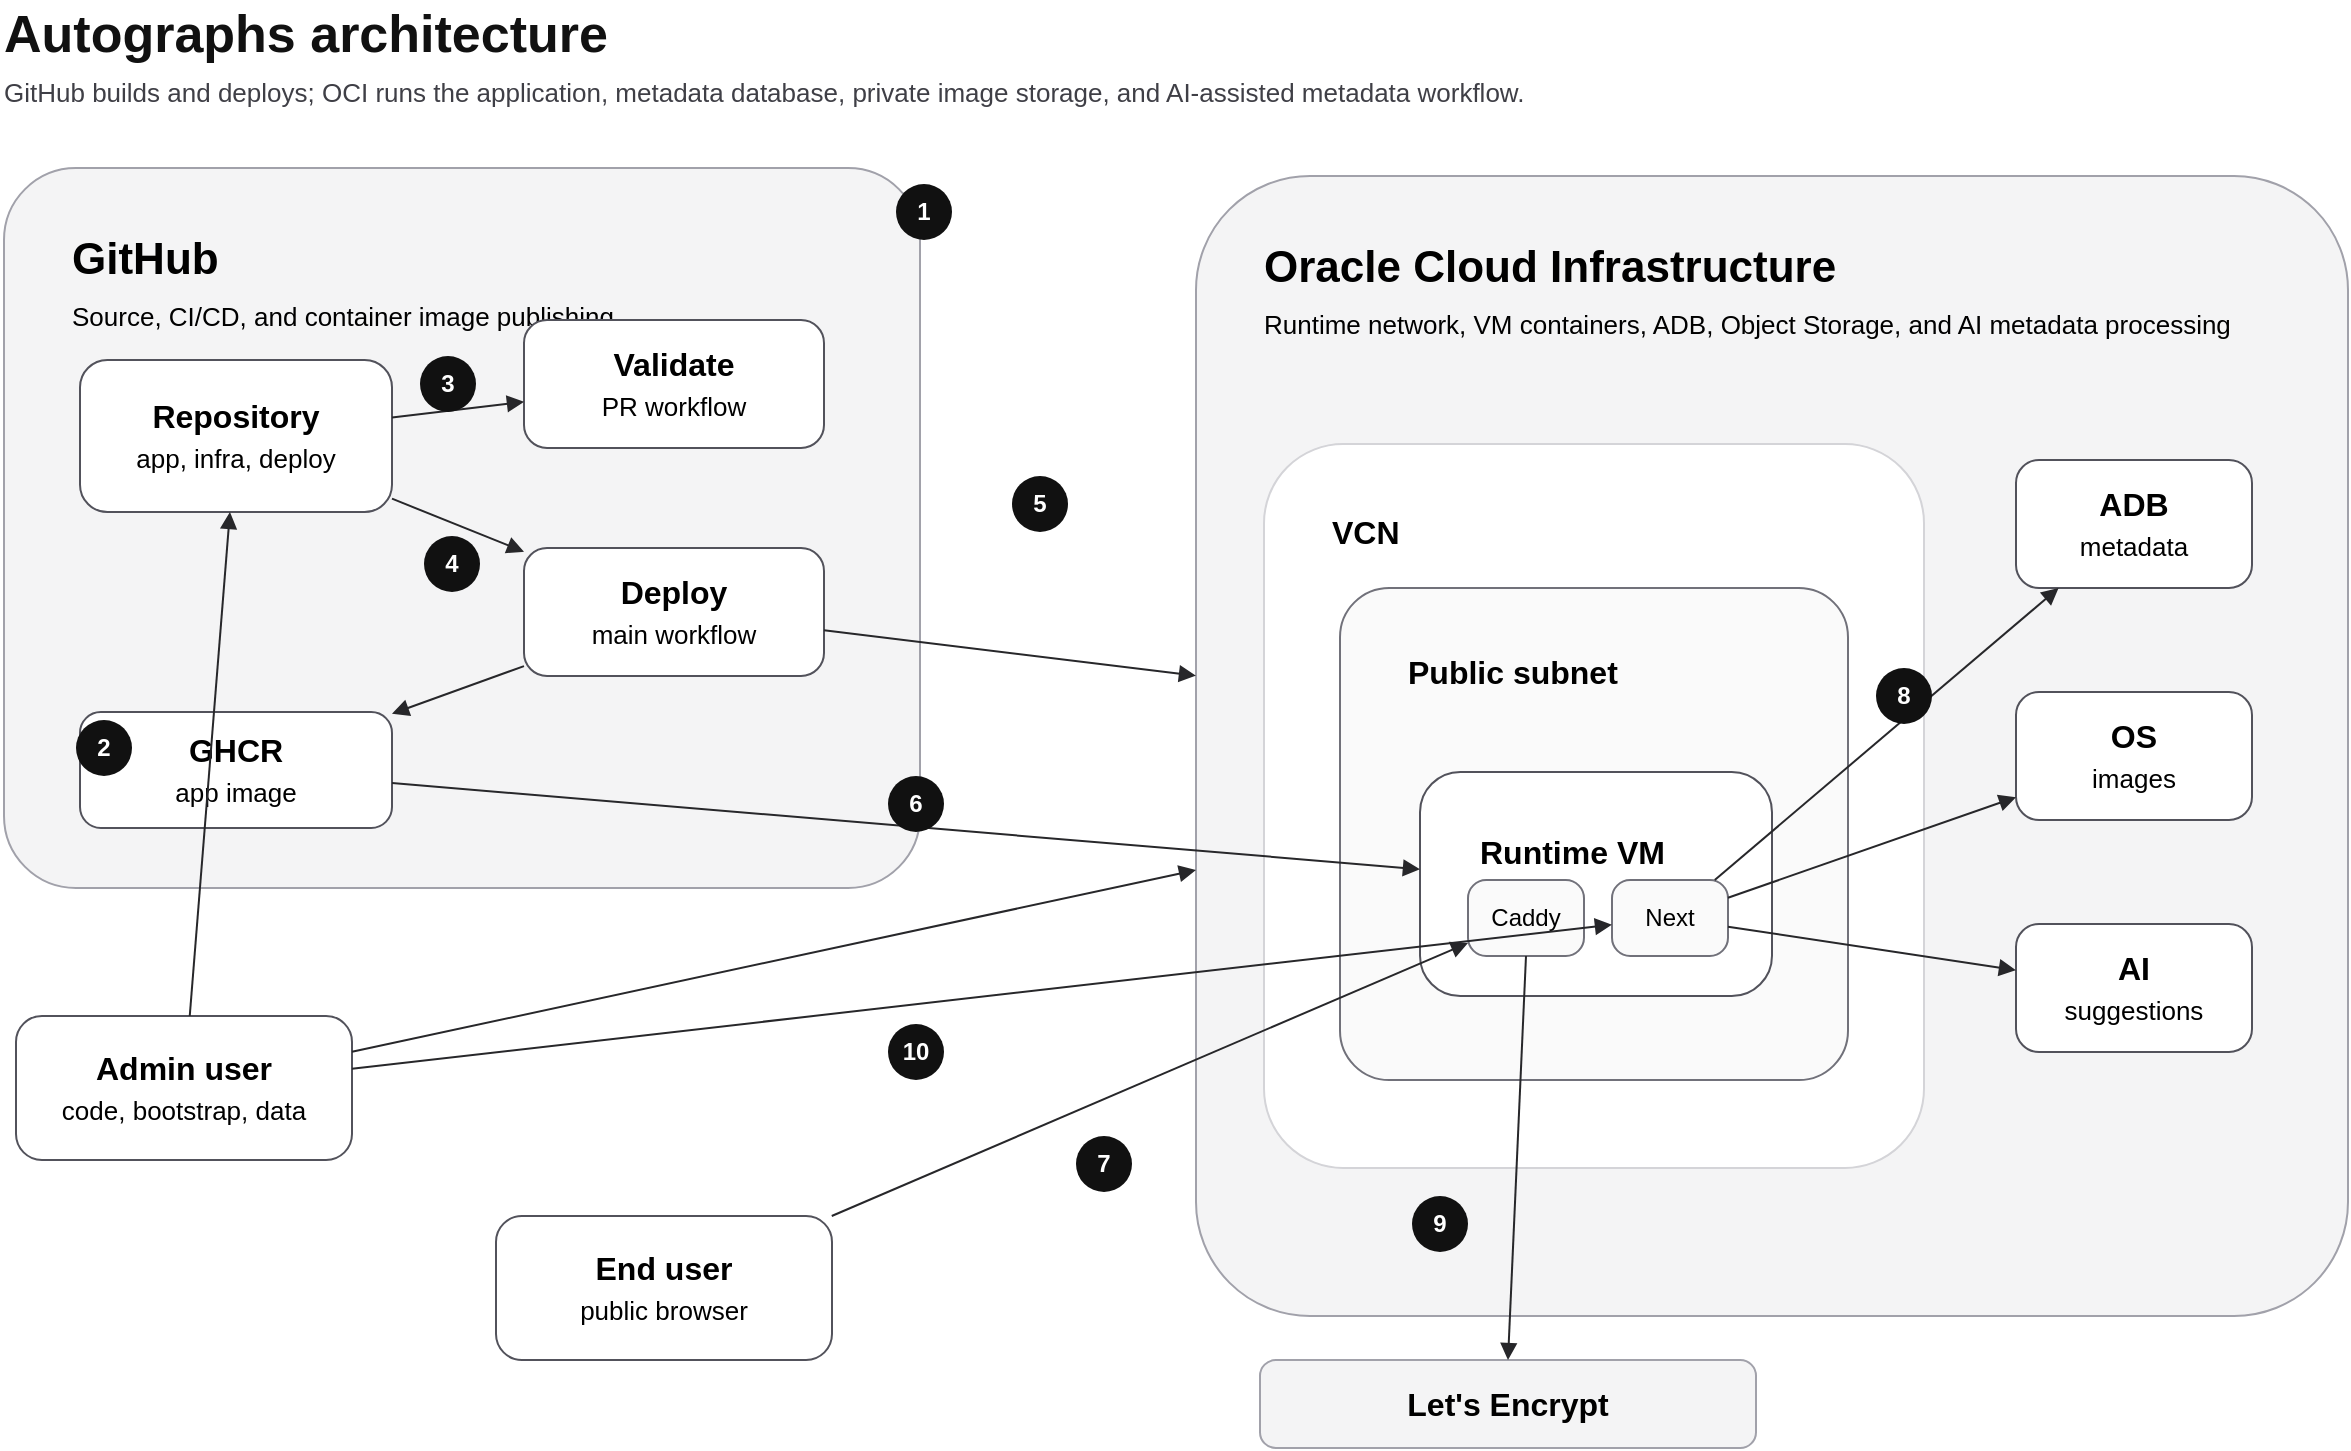
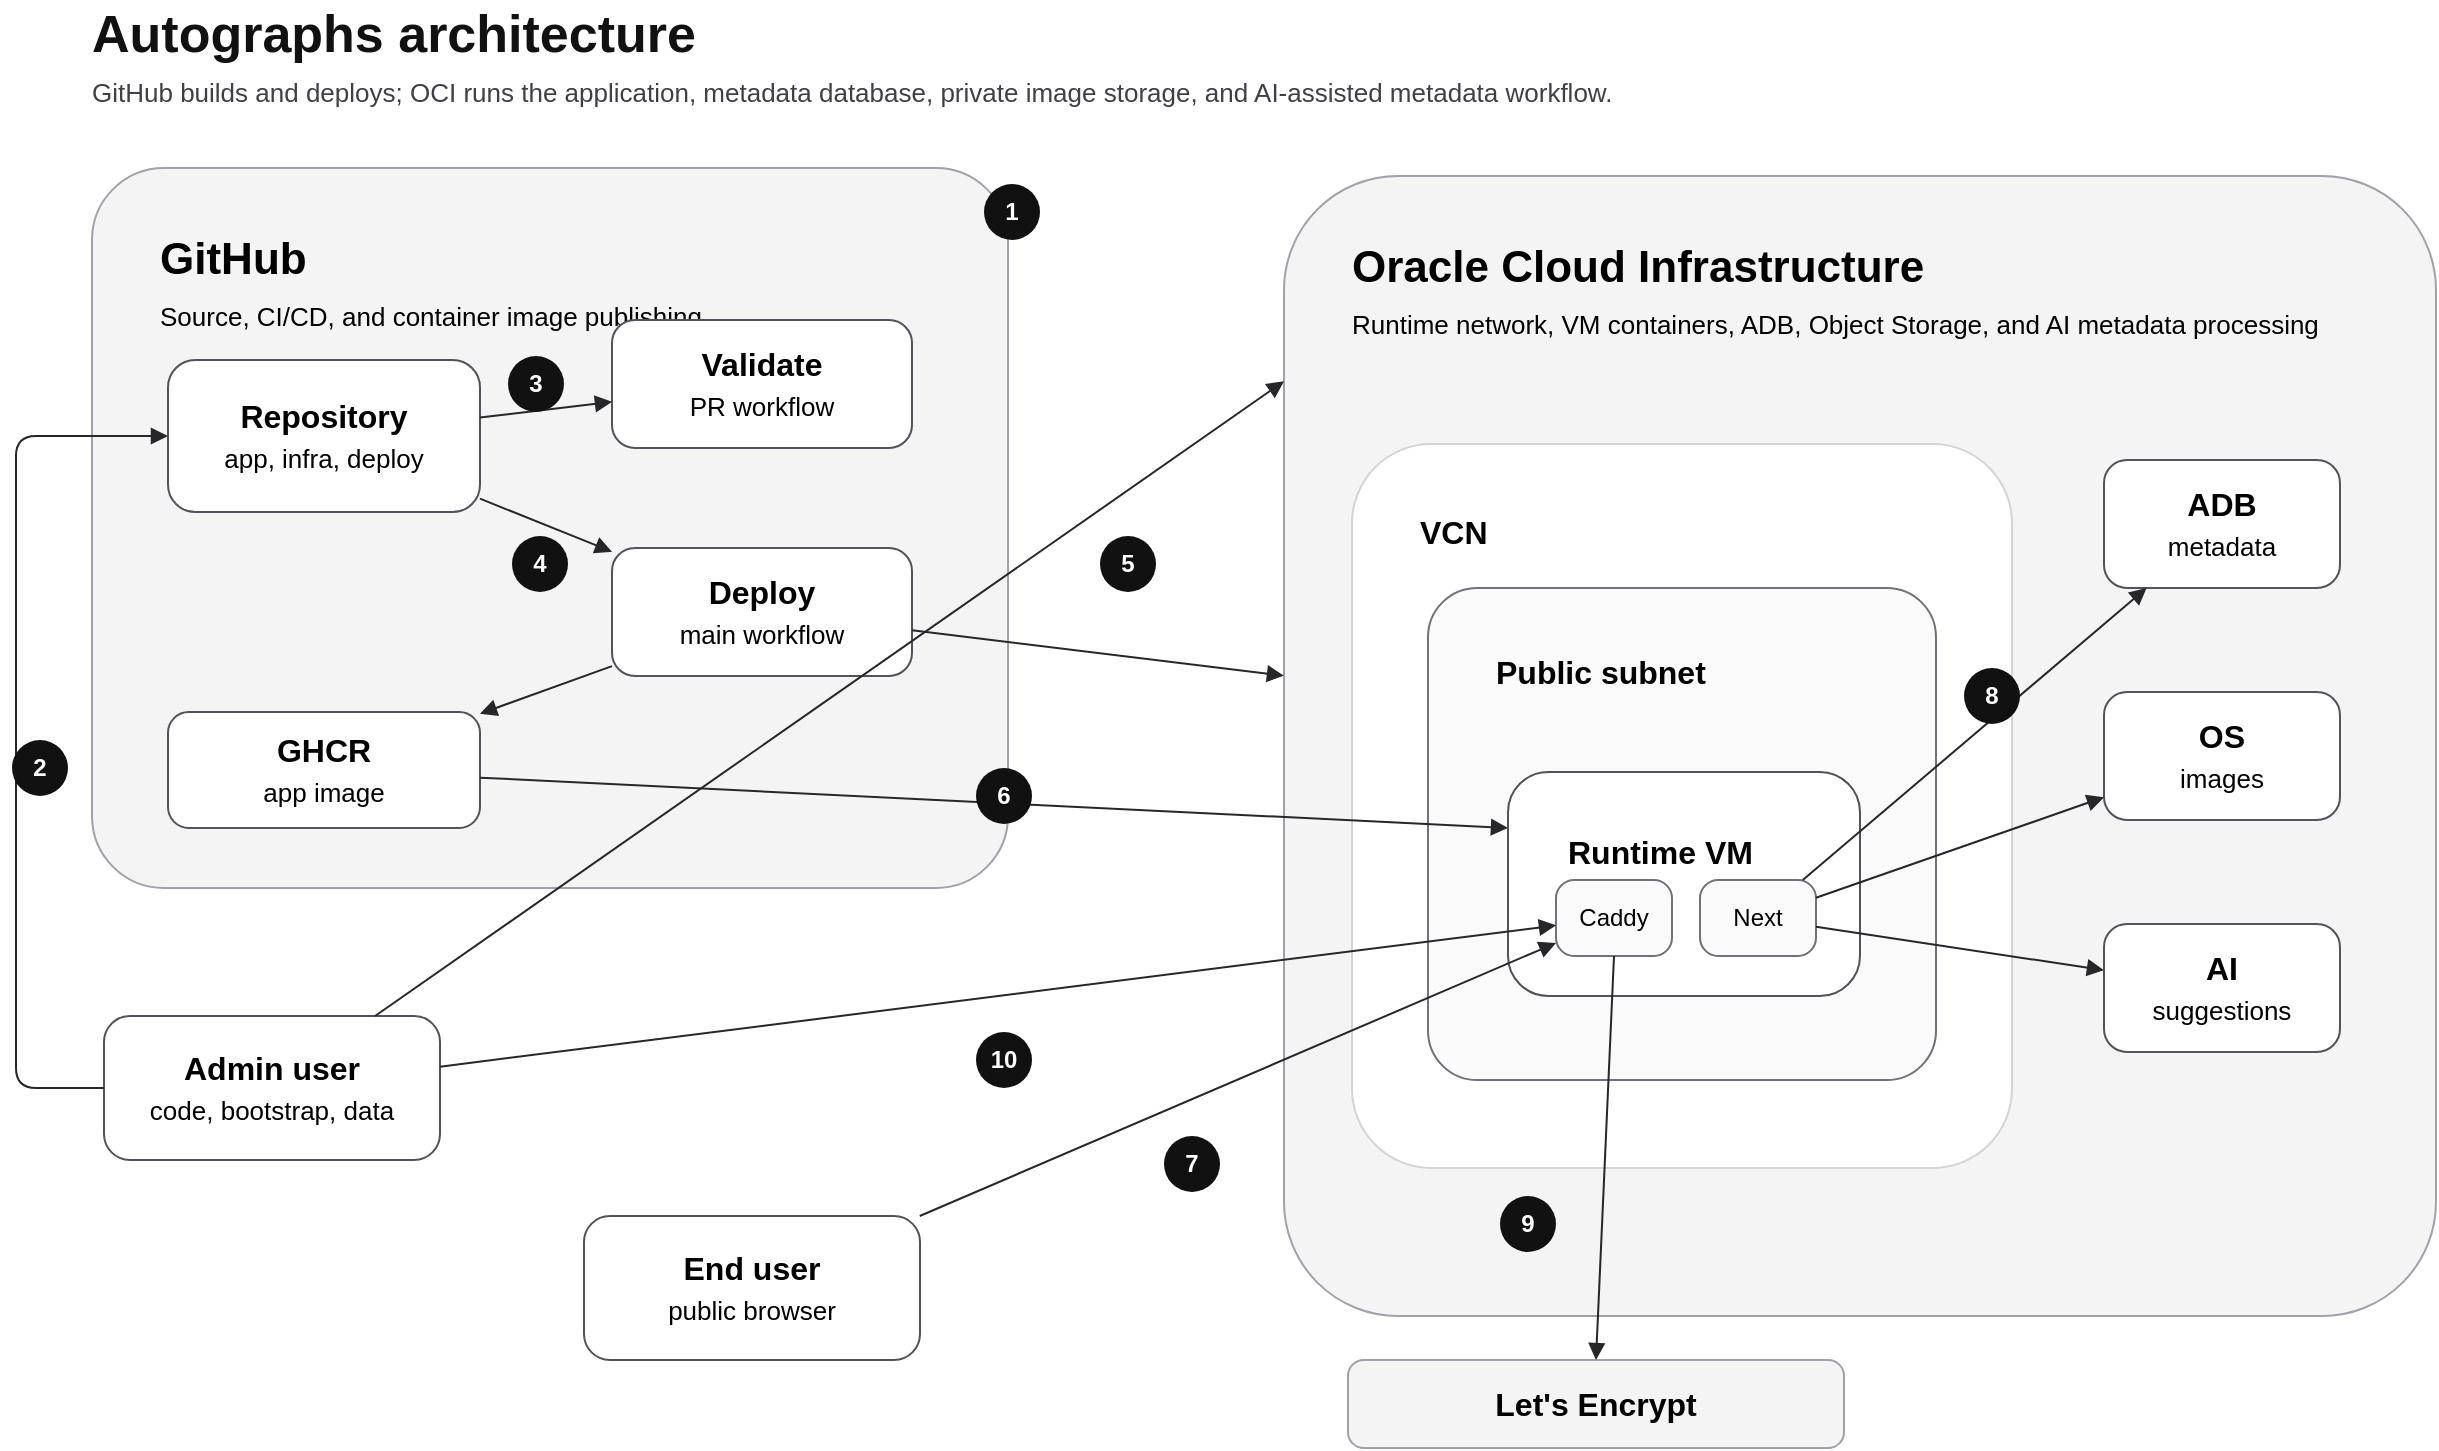
<mxfile host="app.diagrams.net" modified="2026-05-14T00:00:00.000Z" agent="Codex" version="24.7.17" type="device">
  <diagram id="autographs-simplified-architecture" name="Autographs Architecture">
    <mxGraphModel dx="1280" dy="760" grid="1" gridSize="10" guides="1" tooltips="1" connect="1" arrows="1" fold="1" page="1" pageScale="1" pageWidth="1280" pageHeight="760" math="0" shadow="0">
      <root>
        <mxCell id="0" />
        <mxCell id="1" parent="0" />
        <mxCell id="title" value="Autographs architecture" style="text;html=1;strokeColor=none;fillColor=none;fontSize=26;fontStyle=1;fontColor=#111111;align=left;verticalAlign=middle;" vertex="1" parent="1"><mxGeometry x="52" y="28" width="360" height="34" as="geometry" /></mxCell>
        <mxCell id="subtitle" value="GitHub builds and deploys; OCI runs the application, metadata database, private image storage, and AI-assisted metadata workflow." style="text;html=1;strokeColor=none;fillColor=none;fontSize=13;fontColor=#3f3f46;align=left;verticalAlign=middle;" vertex="1" parent="1"><mxGeometry x="52" y="62" width="790" height="24" as="geometry" /></mxCell>
        <mxCell id="github-zone" value="GitHub&lt;br&gt;&lt;font style=&quot;font-size: 13px; font-weight: 400;&quot;&gt;Source, CI/CD, and container image publishing&lt;/font&gt;" style="rounded=1;whiteSpace=wrap;html=1;fillColor=#f4f4f5;strokeColor=#a1a1aa;fontStyle=1;fontSize=22;align=left;verticalAlign=top;spacingLeft=32;spacingTop=26;arcSize=10;" vertex="1" parent="1"><mxGeometry x="54" y="112" width="458" height="360" as="geometry" /></mxCell>
        <mxCell id="repo" value="&lt;b&gt;Repository&lt;/b&gt;&lt;br&gt;&lt;font style=&quot;font-size: 13px;&quot;&gt;app, infra, deploy&lt;/font&gt;" style="rounded=1;whiteSpace=wrap;html=1;fillColor=#ffffff;strokeColor=#52525b;arcSize=18;fontSize=16;" vertex="1" parent="1"><mxGeometry x="92" y="208" width="156" height="76" as="geometry" /></mxCell>
        <mxCell id="validate" value="&lt;b&gt;Validate&lt;/b&gt;&lt;br&gt;&lt;font style=&quot;font-size: 13px;&quot;&gt;PR workflow&lt;/font&gt;" style="rounded=1;whiteSpace=wrap;html=1;fillColor=#ffffff;strokeColor=#52525b;arcSize=18;fontSize=16;" vertex="1" parent="1"><mxGeometry x="314" y="188" width="150" height="64" as="geometry" /></mxCell>
        <mxCell id="deploy" value="&lt;b&gt;Deploy&lt;/b&gt;&lt;br&gt;&lt;font style=&quot;font-size: 13px;&quot;&gt;main workflow&lt;/font&gt;" style="rounded=1;whiteSpace=wrap;html=1;fillColor=#ffffff;strokeColor=#52525b;arcSize=18;fontSize=16;" vertex="1" parent="1"><mxGeometry x="314" y="302" width="150" height="64" as="geometry" /></mxCell>
        <mxCell id="ghcr" value="&lt;b&gt;GHCR&lt;/b&gt;&lt;br&gt;&lt;font style=&quot;font-size: 13px;&quot;&gt;app image&lt;/font&gt;" style="rounded=1;whiteSpace=wrap;html=1;fillColor=#ffffff;strokeColor=#52525b;arcSize=18;fontSize=16;" vertex="1" parent="1"><mxGeometry x="92" y="384" width="156" height="58" as="geometry" /></mxCell>
        <mxCell id="admin" value="&lt;b&gt;Admin user&lt;/b&gt;&lt;br&gt;&lt;font style=&quot;font-size: 13px;&quot;&gt;code, bootstrap, data&lt;/font&gt;" style="rounded=1;whiteSpace=wrap;html=1;fillColor=#ffffff;strokeColor=#52525b;arcSize=18;fontSize=16;" vertex="1" parent="1"><mxGeometry x="60" y="536" width="168" height="72" as="geometry" /></mxCell>
        <mxCell id="end-user" value="&lt;b&gt;End user&lt;/b&gt;&lt;br&gt;&lt;font style=&quot;font-size: 13px;&quot;&gt;public browser&lt;/font&gt;" style="rounded=1;whiteSpace=wrap;html=1;fillColor=#ffffff;strokeColor=#52525b;arcSize=18;fontSize=16;" vertex="1" parent="1"><mxGeometry x="300" y="636" width="168" height="72" as="geometry" /></mxCell>
        <mxCell id="oci-zone" value="Oracle Cloud Infrastructure&lt;br&gt;&lt;font style=&quot;font-size: 13px; font-weight: 400;&quot;&gt;Runtime network, VM containers, ADB, Object Storage, and AI metadata processing&lt;/font&gt;" style="rounded=1;whiteSpace=wrap;html=1;fillColor=#f4f4f5;strokeColor=#a1a1aa;fontStyle=1;fontSize=22;align=left;verticalAlign=top;spacingLeft=32;spacingTop=26;arcSize=10;" vertex="1" parent="1"><mxGeometry x="650" y="116" width="576" height="570" as="geometry" /></mxCell>
        <mxCell id="vcn" value="&lt;b&gt;VCN&lt;/b&gt;" style="rounded=1;whiteSpace=wrap;html=1;fillColor=#ffffff;strokeColor=#d4d4d8;arcSize=12;fontSize=16;align=left;verticalAlign=top;spacingLeft=32;spacingTop=28;" vertex="1" parent="1"><mxGeometry x="684" y="250" width="330" height="362" as="geometry" /></mxCell>
        <mxCell id="subnet" value="&lt;b&gt;Public subnet&lt;/b&gt;" style="rounded=1;whiteSpace=wrap;html=1;fillColor=#fafafa;strokeColor=#71717a;arcSize=10;fontSize=16;align=left;verticalAlign=top;spacingLeft=32;spacingTop=26;" vertex="1" parent="1"><mxGeometry x="722" y="322" width="254" height="246" as="geometry" /></mxCell>
        <mxCell id="vm" value="&lt;b&gt;Runtime VM&lt;/b&gt;" style="rounded=1;whiteSpace=wrap;html=1;fillColor=#ffffff;strokeColor=#52525b;arcSize=18;fontSize=16;align=left;verticalAlign=top;spacingLeft=28;spacingTop=24;" vertex="1" parent="1"><mxGeometry x="762" y="414" width="176" height="112" as="geometry" /></mxCell>
        <mxCell id="caddy" value="Caddy" style="rounded=1;whiteSpace=wrap;html=1;fillColor=#fafafa;strokeColor=#71717a;arcSize=24;fontSize=12;" vertex="1" parent="1"><mxGeometry x="786" y="468" width="58" height="38" as="geometry" /></mxCell>
        <mxCell id="next" value="Next" style="rounded=1;whiteSpace=wrap;html=1;fillColor=#fafafa;strokeColor=#71717a;arcSize=24;fontSize=12;" vertex="1" parent="1"><mxGeometry x="858" y="468" width="58" height="38" as="geometry" /></mxCell>
        <mxCell id="adb" value="&lt;b&gt;ADB&lt;/b&gt;&lt;br&gt;&lt;font style=&quot;font-size: 13px;&quot;&gt;metadata&lt;/font&gt;" style="rounded=1;whiteSpace=wrap;html=1;fillColor=#ffffff;strokeColor=#52525b;arcSize=18;fontSize=16;" vertex="1" parent="1"><mxGeometry x="1060" y="258" width="118" height="64" as="geometry" /></mxCell>
        <mxCell id="object-storage" value="&lt;b&gt;OS&lt;/b&gt;&lt;br&gt;&lt;font style=&quot;font-size: 13px;&quot;&gt;images&lt;/font&gt;" style="rounded=1;whiteSpace=wrap;html=1;fillColor=#ffffff;strokeColor=#52525b;arcSize=18;fontSize=16;" vertex="1" parent="1"><mxGeometry x="1060" y="374" width="118" height="64" as="geometry" /></mxCell>
        <mxCell id="ai-processing" value="&lt;b&gt;AI&lt;/b&gt;&lt;br&gt;&lt;font style=&quot;font-size: 13px;&quot;&gt;suggestions&lt;/font&gt;" style="rounded=1;whiteSpace=wrap;html=1;fillColor=#ffffff;strokeColor=#52525b;arcSize=18;fontSize=16;" vertex="1" parent="1"><mxGeometry x="1060" y="490" width="118" height="64" as="geometry" /></mxCell>
        <mxCell id="lets-encrypt" value="&lt;b&gt;Let&apos;s Encrypt&lt;/b&gt;" style="rounded=1;whiteSpace=wrap;html=1;fillColor=#f4f4f5;strokeColor=#a1a1aa;arcSize=18;fontSize=16;" vertex="1" parent="1"><mxGeometry x="682" y="708" width="248" height="44" as="geometry" /></mxCell>
-         <mxCell id="e-admin-repo" edge="1" parent="1" source="admin" target="repo" style="endArrow=block;html=1;rounded=1;strokeColor=#27272a;strokeWidth=1;"><mxGeometry relative="1" as="geometry" /></mxCell>
+         <mxCell id="e-admin-repo" edge="1" parent="1" source="admin" target="repo" style="endArrow=block;html=1;rounded=1;strokeColor=#27272a;strokeWidth=1;exitX=0;exitY=0.5;entryX=0;entryY=0.5;"><mxGeometry relative="1" as="geometry"><Array as="points"><mxPoint x="16" y="572" /><mxPoint x="16" y="246" /></Array></mxGeometry></mxCell>
        <mxCell id="e-repo-validate" edge="1" parent="1" source="repo" target="validate" style="endArrow=block;html=1;rounded=1;strokeColor=#27272a;strokeWidth=1;"><mxGeometry relative="1" as="geometry" /></mxCell>
        <mxCell id="e-repo-deploy" edge="1" parent="1" source="repo" target="deploy" style="endArrow=block;html=1;rounded=1;strokeColor=#27272a;strokeWidth=1;"><mxGeometry relative="1" as="geometry" /></mxCell>
        <mxCell id="e-deploy-ghcr" edge="1" parent="1" source="deploy" target="ghcr" style="endArrow=block;html=1;rounded=1;strokeColor=#27272a;strokeWidth=1;"><mxGeometry relative="1" as="geometry" /></mxCell>
        <mxCell id="e-deploy-oci" edge="1" parent="1" source="deploy" target="oci-zone" style="endArrow=block;html=1;rounded=1;strokeColor=#27272a;strokeWidth=1;"><mxGeometry relative="1" as="geometry" /></mxCell>
-         <mxCell id="e-ghcr-vm" edge="1" parent="1" source="ghcr" target="vm" style="endArrow=block;html=1;rounded=1;strokeColor=#27272a;strokeWidth=1;"><mxGeometry relative="1" as="geometry" /></mxCell>
-         <mxCell id="e-admin-oci" edge="1" parent="1" source="admin" target="oci-zone" style="endArrow=block;html=1;rounded=1;strokeColor=#27272a;strokeWidth=1;"><mxGeometry relative="1" as="geometry" /></mxCell>
+         <mxCell id="e-ghcr-vm" edge="1" parent="1" source="ghcr" target="vm" style="endArrow=block;html=1;rounded=1;strokeColor=#27272a;strokeWidth=1;entryX=0;entryY=0.25;"><mxGeometry relative="1" as="geometry" /></mxCell>
+         <mxCell id="e-admin-oci" edge="1" parent="1" source="admin" target="oci-zone" style="endArrow=block;html=1;rounded=1;strokeColor=#27272a;strokeWidth=1;entryX=0;entryY=0.18;"><mxGeometry relative="1" as="geometry" /></mxCell>
        <mxCell id="e-user-caddy" edge="1" parent="1" source="end-user" target="caddy" style="endArrow=block;html=1;rounded=1;strokeColor=#27272a;strokeWidth=1;"><mxGeometry relative="1" as="geometry" /></mxCell>
-         <mxCell id="e-admin-next" edge="1" parent="1" source="admin" target="next" style="endArrow=block;html=1;rounded=1;strokeColor=#27272a;strokeWidth=1;"><mxGeometry relative="1" as="geometry" /></mxCell>
+         <mxCell id="e-admin-next" edge="1" parent="1" source="admin" target="caddy" style="endArrow=block;html=1;rounded=1;strokeColor=#27272a;strokeWidth=1;"><mxGeometry relative="1" as="geometry" /></mxCell>
        <mxCell id="e-next-adb" edge="1" parent="1" source="next" target="adb" style="endArrow=block;html=1;rounded=1;strokeColor=#27272a;strokeWidth=1;"><mxGeometry relative="1" as="geometry" /></mxCell>
        <mxCell id="e-next-os" edge="1" parent="1" source="next" target="object-storage" style="endArrow=block;html=1;rounded=1;strokeColor=#27272a;strokeWidth=1;"><mxGeometry relative="1" as="geometry" /></mxCell>
        <mxCell id="e-next-ai" edge="1" parent="1" source="next" target="ai-processing" style="endArrow=block;html=1;rounded=1;strokeColor=#27272a;strokeWidth=1;"><mxGeometry relative="1" as="geometry" /></mxCell>
        <mxCell id="e-caddy-le" edge="1" parent="1" source="caddy" target="lets-encrypt" style="endArrow=block;html=1;rounded=1;strokeColor=#27272a;strokeWidth=1;exitX=0.5;exitY=1;entryX=0.5;entryY=0;"><mxGeometry relative="1" as="geometry" /></mxCell>
        <mxCell id="n1" value="1" style="ellipse;whiteSpace=wrap;html=1;aspect=fixed;fillColor=#111111;strokeColor=none;fontColor=#ffffff;fontSize=12;fontStyle=1;" vertex="1" parent="1"><mxGeometry x="500" y="120" width="28" height="28" as="geometry" /></mxCell>
-         <mxCell id="n2" value="2" style="ellipse;whiteSpace=wrap;html=1;aspect=fixed;fillColor=#111111;strokeColor=none;fontColor=#ffffff;fontSize=12;fontStyle=1;" vertex="1" parent="1"><mxGeometry x="90" y="388" width="28" height="28" as="geometry" /></mxCell>
+         <mxCell id="n2" value="2" style="ellipse;whiteSpace=wrap;html=1;aspect=fixed;fillColor=#111111;strokeColor=none;fontColor=#ffffff;fontSize=12;fontStyle=1;" vertex="1" parent="1"><mxGeometry x="14" y="398" width="28" height="28" as="geometry" /></mxCell>
        <mxCell id="n3" value="3" style="ellipse;whiteSpace=wrap;html=1;aspect=fixed;fillColor=#111111;strokeColor=none;fontColor=#ffffff;fontSize=12;fontStyle=1;" vertex="1" parent="1"><mxGeometry x="262" y="206" width="28" height="28" as="geometry" /></mxCell>
        <mxCell id="n4" value="4" style="ellipse;whiteSpace=wrap;html=1;aspect=fixed;fillColor=#111111;strokeColor=none;fontColor=#ffffff;fontSize=12;fontStyle=1;" vertex="1" parent="1"><mxGeometry x="264" y="296" width="28" height="28" as="geometry" /></mxCell>
-         <mxCell id="n5" value="5" style="ellipse;whiteSpace=wrap;html=1;aspect=fixed;fillColor=#111111;strokeColor=none;fontColor=#ffffff;fontSize=12;fontStyle=1;" vertex="1" parent="1"><mxGeometry x="558" y="266" width="28" height="28" as="geometry" /></mxCell>
-         <mxCell id="n6" value="6" style="ellipse;whiteSpace=wrap;html=1;aspect=fixed;fillColor=#111111;strokeColor=none;fontColor=#ffffff;fontSize=12;fontStyle=1;" vertex="1" parent="1"><mxGeometry x="496" y="416" width="28" height="28" as="geometry" /></mxCell>
+         <mxCell id="n5" value="5" style="ellipse;whiteSpace=wrap;html=1;aspect=fixed;fillColor=#111111;strokeColor=none;fontColor=#ffffff;fontSize=12;fontStyle=1;" vertex="1" parent="1"><mxGeometry x="558" y="296" width="28" height="28" as="geometry" /></mxCell>
+         <mxCell id="n6" value="6" style="ellipse;whiteSpace=wrap;html=1;aspect=fixed;fillColor=#111111;strokeColor=none;fontColor=#ffffff;fontSize=12;fontStyle=1;" vertex="1" parent="1"><mxGeometry x="496" y="412" width="28" height="28" as="geometry" /></mxCell>
        <mxCell id="n7" value="7" style="ellipse;whiteSpace=wrap;html=1;aspect=fixed;fillColor=#111111;strokeColor=none;fontColor=#ffffff;fontSize=12;fontStyle=1;" vertex="1" parent="1"><mxGeometry x="590" y="596" width="28" height="28" as="geometry" /></mxCell>
        <mxCell id="n8" value="8" style="ellipse;whiteSpace=wrap;html=1;aspect=fixed;fillColor=#111111;strokeColor=none;fontColor=#ffffff;fontSize=12;fontStyle=1;" vertex="1" parent="1"><mxGeometry x="990" y="362" width="28" height="28" as="geometry" /></mxCell>
        <mxCell id="n9" value="9" style="ellipse;whiteSpace=wrap;html=1;aspect=fixed;fillColor=#111111;strokeColor=none;fontColor=#ffffff;fontSize=12;fontStyle=1;" vertex="1" parent="1"><mxGeometry x="758" y="626" width="28" height="28" as="geometry" /></mxCell>
-         <mxCell id="n10" value="10" style="ellipse;whiteSpace=wrap;html=1;aspect=fixed;fillColor=#111111;strokeColor=none;fontColor=#ffffff;fontSize=12;fontStyle=1;" vertex="1" parent="1"><mxGeometry x="496" y="540" width="28" height="28" as="geometry" /></mxCell>
+         <mxCell id="n10" value="10" style="ellipse;whiteSpace=wrap;html=1;aspect=fixed;fillColor=#111111;strokeColor=none;fontColor=#ffffff;fontSize=12;fontStyle=1;" vertex="1" parent="1"><mxGeometry x="496" y="544" width="28" height="28" as="geometry" /></mxCell>
      </root>
    </mxGraphModel>
  </diagram>
</mxfile>
